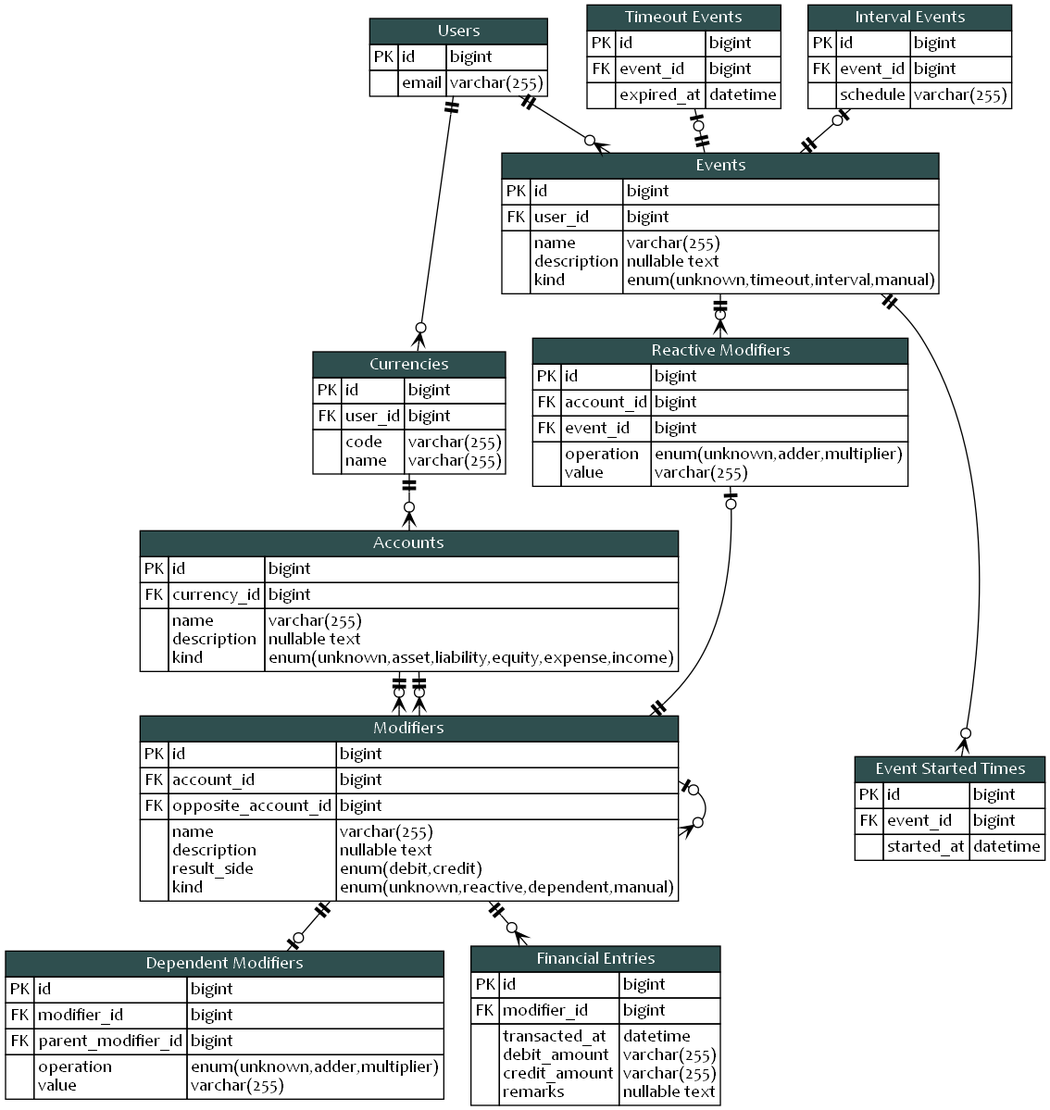
The Graphviz diagram blueprint/erd.png in KennethTrecy/peratorakka_server, before a commit. Its source is kept beside it as blueprint/erd.dot.
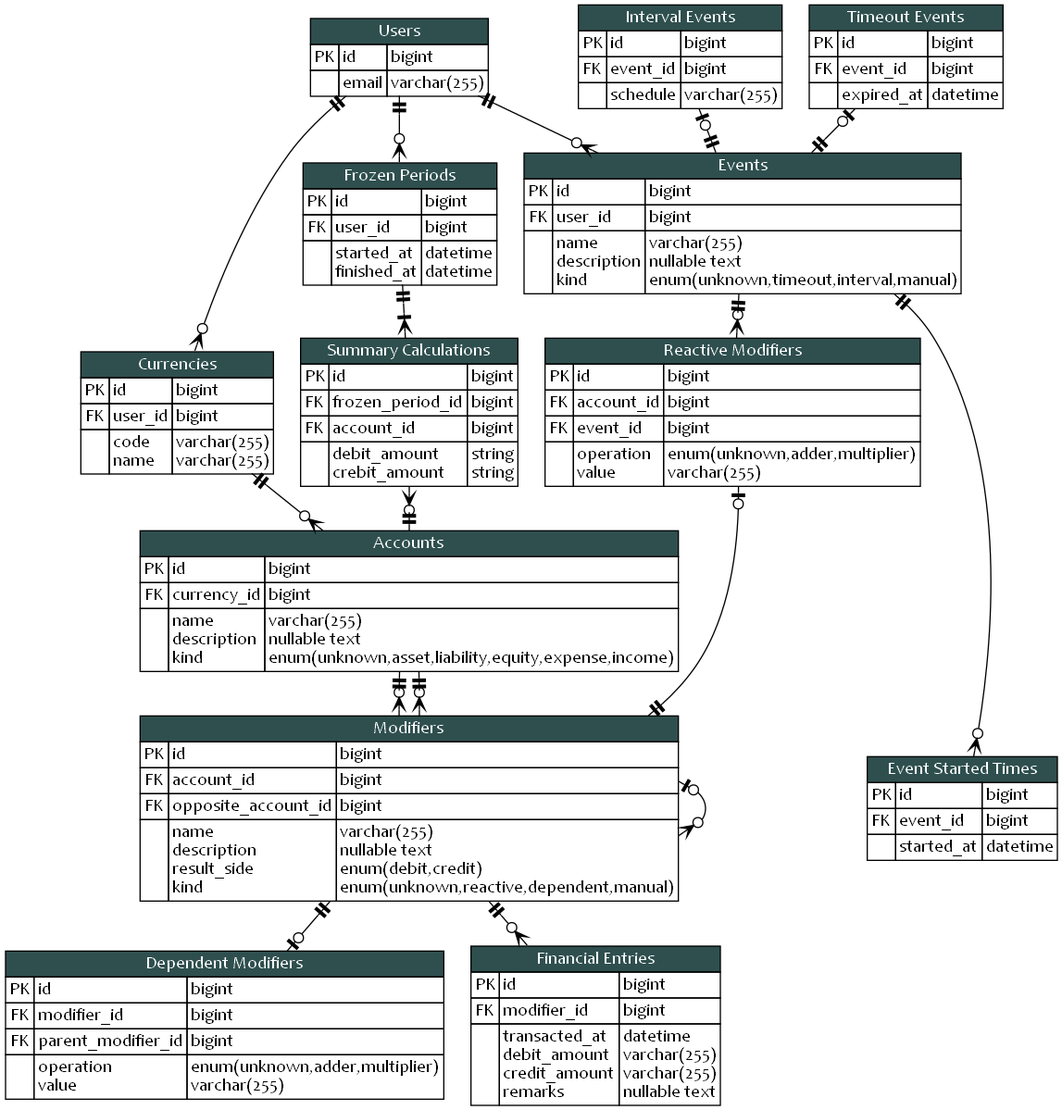
After the commit.

Commit message:
docs(blueprint): update ERD

Diff of the diagram source:
```diff
@@ -394,6 +394,79 @@
 			</table>
 			>
 		]
+		frozen_periods [
+			label = <
+			<table cellspacing="0" border="0" cellborder="1">
+				<tr>
+					<td colspan="3" bgcolor="darkslategray">
+						<font color="white">
+							Frozen Periods
+						</font>
+					</td>
+				</tr>
+				<tr>
+					<td>PK</td>
+					<td align="left">id</td>
+					<td align="left">bigint</td>
+				</tr>
+				<tr>
+					<td>FK</td>
+					<td align="left">user_id</td>
+					<td align="left">bigint</td>
+				</tr>
+				<tr>
+					<td></td>
+					<td align="left">
+						started_at<br align="left"/>
+						finished_at<br align="left"/>
+					</td>
+					<td align="left">
+						datetime<br align="left"/>
+						datetime<br align="left"/>
+					</td>
+				</tr>
+			</table>
+			>
+		]
+		summary_calculations [
+			label = <
+			<table cellspacing="0" border="0" cellborder="1">
+				<tr>
+					<td colspan="3" bgcolor="darkslategray">
+						<font color="white">
+							Summary Calculations
+						</font>
+					</td>
+				</tr>
+				<tr>
+					<td>PK</td>
+					<td align="left">id</td>
+					<td align="left">bigint</td>
+				</tr>
+				<tr>
+					<td>FK</td>
+					<td align="left">frozen_period_id</td>
+					<td align="left">bigint</td>
+				</tr>
+				<tr>
+					<td>FK</td>
+					<td align="left">account_id</td>
+					<td align="left">bigint</td>
+				</tr>
+				<tr>
+					<td></td>
+					<td align="left">
+						debit_amount<br align="left"/>
+						crebit_amount<br align="left"/>
+					</td>
+					<td align="left">
+						string<br align="left"/>
+						string<br align="left"/>
+					</td>
+				</tr>
+			</table>
+			>
+		]
 	}
 
 	edge [ dir = "both" ]
@@ -423,6 +496,8 @@
 		events -> event_started_times
 		events -> reactive_modifiers
 		modifiers -> financial_entries
+		users -> frozen_periods
+		accounts -> summary_calculations
 	}
 
 	{
@@ -435,6 +510,15 @@
 	}
 
 	{
+		edge [
+			arrowhead = nonecrowtee
+			arrowtail = noneteetee
+		]
+
+		frozen_periods -> summary_calculations
+	}
+
+	{
 		rank = source;
 		timeout_events
 		interval_events
@@ -444,12 +528,14 @@
 	{
 		rank = same;
 		events
+		frozen_periods
 	}
 
 	{
 		rank = same;
 		currencies
 		reactive_modifiers
+		summary_calculations
 	}
 
 	{
```
